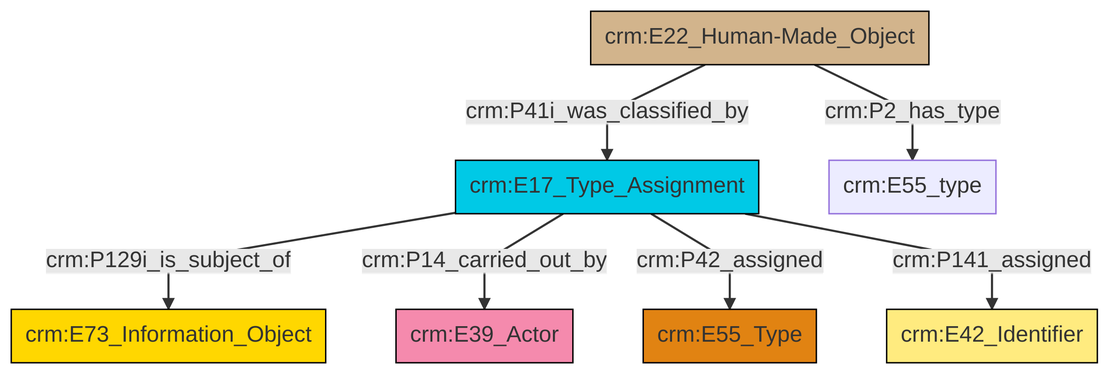
swiss-art-research-net/reference-data-models keeps this Mermaid diagram as et/builtWorkCSV/ttl/mmd/png/Built_Work_designation_status.png. Above is the earlier version. Its source is kept beside it as et/builtWorkCSV/ttl/mmd/Built_Work_designation_status.ttl.mmd.
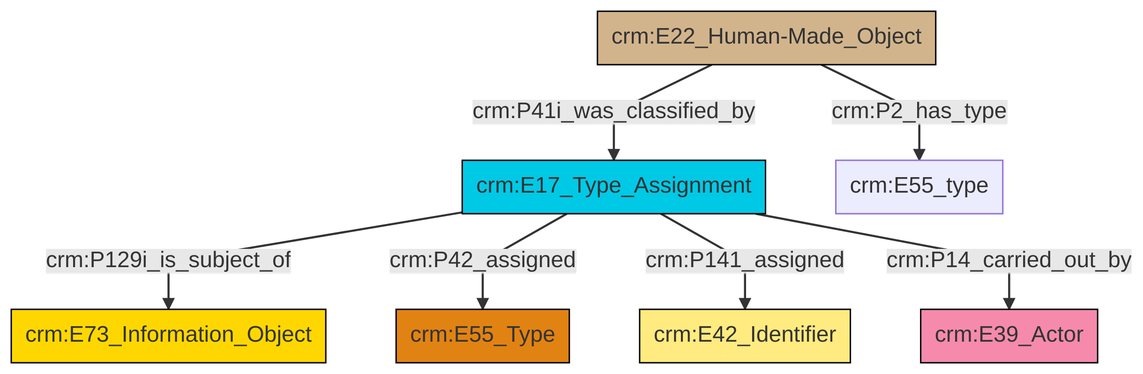
The same file after the commit.

What changed in the source:
```diff
@@ -13,9 +13,9 @@
 classDef PC_Classes fill:#4ce600, stroke:#000000;
 classDef Multi fill:#cccccc,stroke:#000000;
 
-0["crm:E17_Type_Assignment"]:::Temporal_Entity -->|crm:P129i_is_subject_of| 1["crm:E73_Information_Object"]:::Conceptual_Object
-0["crm:E17_Type_Assignment"]:::Temporal_Entity -->|crm:P14_carried_out_by| 3["crm:E39_Actor"]:::Actor
-4["crm:E22_Human-Made_Object"]:::Physical_Thing -->|crm:P41i_was_classified_by| 0["crm:E17_Type_Assignment"]:::Temporal_Entity
-4["crm:E22_Human-Made_Object"]:::Physical_Thing -->|crm:P2_has_type| 5["crm:E55_type"]:::Default
-0["crm:E17_Type_Assignment"]:::Temporal_Entity -->|crm:P42_assigned| 6["crm:E55_Type"]:::Type
-0["crm:E17_Type_Assignment"]:::Temporal_Entity -->|crm:P141_assigned| 7["crm:E42_Identifier"]:::Appellation
+2["crm:E17_Type_Assignment"]:::Temporal_Entity -->|crm:P129i_is_subject_of| 4["crm:E73_Information_Object"]:::Conceptual_Object
+2["crm:E17_Type_Assignment"]:::Temporal_Entity -->|crm:P42_assigned| 5["crm:E55_Type"]:::Type
+2["crm:E17_Type_Assignment"]:::Temporal_Entity -->|crm:P141_assigned| 10["crm:E42_Identifier"]:::Appellation
+2["crm:E17_Type_Assignment"]:::Temporal_Entity -->|crm:P14_carried_out_by| 0["crm:E39_Actor"]:::Actor
+8["crm:E22_Human-Made_Object"]:::Physical_Thing -->|crm:P41i_was_classified_by| 2["crm:E17_Type_Assignment"]:::Temporal_Entity
+8["crm:E22_Human-Made_Object"]:::Physical_Thing -->|crm:P2_has_type| 11["crm:E55_type"]:::Default
```
